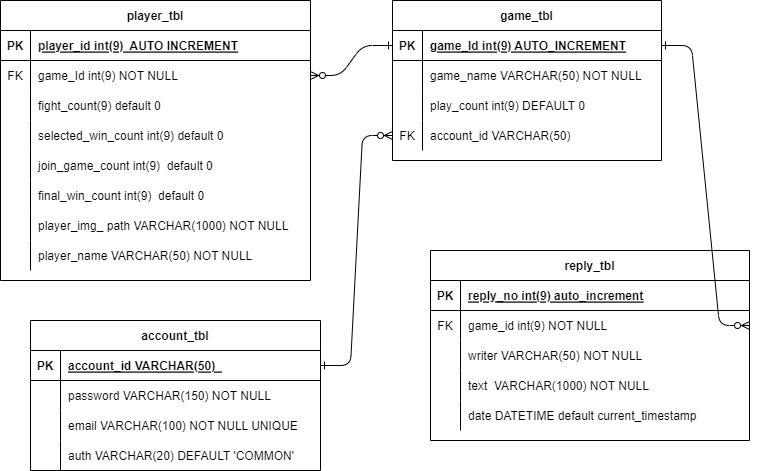
Before: diagram/erd.png, a diagram exported from draw.io (java-4th-team-project-2023/world-cup). Source tidied: cells renumbered, new cells last; positions are measured from the earlier drawing's top-left corner, leaving out a move shared by most shapes. Source of this version:
```xml
<mxGraphModel>
  <root>
    <mxCell id="0" />
    <mxCell id="1" parent="0" />
    <mxCell id="2" value="game_tbl" style="shape=table;startSize=30;rowLines=0;fontStyle=1;align=center;" parent="1" vertex="1">
      <mxGeometry x="392" width="269" height="160" as="geometry" />
    </mxCell>
    <mxCell id="3" style="shape=partialRectangle;fillColor=none;points=[[0,0.5],[1,0.5]];portConstraint=eastwest;top=0;left=0;right=0;bottom=1;" parent="2" vertex="1">
      <mxGeometry y="30" width="269" height="30" as="geometry" />
    </mxCell>
    <mxCell id="4" value="PK" style="shape=partialRectangle;overflow=hidden;fillColor=none;top=0;left=0;bottom=0;right=0;fontStyle=1;" parent="3" vertex="1">
      <mxGeometry width="30" height="30" as="geometry" />
    </mxCell>
    <mxCell id="5" value="game_Id int(9) AUTO_INCREMENT" style="shape=partialRectangle;overflow=hidden;fillColor=none;top=0;left=0;bottom=0;right=0;align=left;spacingLeft=6;fontStyle=5;" parent="3" vertex="1">
      <mxGeometry x="30" width="239" height="30" as="geometry" />
    </mxCell>
    <mxCell id="6" style="shape=partialRectangle;fillColor=none;top=0;left=0;right=0;bottom=0;" parent="2" vertex="1">
      <mxGeometry y="60" width="269" height="30" as="geometry" />
    </mxCell>
    <mxCell id="7" style="shape=partialRectangle;overflow=hidden;fillColor=none;top=0;left=0;bottom=0;right=0;" parent="6" vertex="1">
      <mxGeometry width="30" height="30" as="geometry" />
    </mxCell>
    <mxCell id="8" value="game_name VARCHAR(50) NOT NULL" style="shape=partialRectangle;overflow=hidden;fillColor=none;top=0;left=0;bottom=0;right=0;align=left;spacingLeft=6;" parent="6" vertex="1">
      <mxGeometry x="30" width="239" height="30" as="geometry" />
    </mxCell>
    <mxCell id="9" style="shape=partialRectangle;fillColor=none;top=0;left=0;right=0;bottom=0;" parent="2" vertex="1">
      <mxGeometry y="90" width="269" height="30" as="geometry" />
    </mxCell>
    <mxCell id="10" style="shape=partialRectangle;overflow=hidden;fillColor=none;top=0;left=0;bottom=0;right=0;" parent="9" vertex="1">
      <mxGeometry width="30" height="30" as="geometry" />
    </mxCell>
    <mxCell id="11" value="play_count int(9) DEFAULT 0" style="shape=partialRectangle;overflow=hidden;fillColor=none;top=0;left=0;bottom=0;right=0;align=left;spacingLeft=6;" parent="9" vertex="1">
      <mxGeometry x="30" width="239" height="30" as="geometry" />
    </mxCell>
    <mxCell id="12" style="shape=partialRectangle;fillColor=none;points=[[0,0.5],[1,0.5]];portConstraint=eastwest;top=0;left=0;right=0;bottom=0;" parent="2" vertex="1">
      <mxGeometry y="120" width="269" height="30" as="geometry" />
    </mxCell>
    <mxCell id="13" value="FK" style="shape=partialRectangle;overflow=hidden;fillColor=none;top=0;left=0;bottom=0;right=0;" parent="12" vertex="1">
      <mxGeometry width="30" height="30" as="geometry" />
    </mxCell>
    <mxCell id="14" value="account_id VARCHAR(50)" style="shape=partialRectangle;overflow=hidden;fillColor=none;top=0;left=0;bottom=0;right=0;align=left;spacingLeft=6;" parent="12" vertex="1">
      <mxGeometry x="30" width="239" height="30" as="geometry" />
    </mxCell>
    <mxCell id="15" value="reply_tbl" style="shape=table;startSize=30;rowLines=0;fontStyle=1;align=center;" parent="1" vertex="1">
      <mxGeometry x="430" y="250" width="319" height="190" as="geometry" />
    </mxCell>
    <mxCell id="16" style="shape=partialRectangle;fillColor=none;top=0;left=0;right=0;bottom=1;" parent="15" vertex="1">
      <mxGeometry y="30" width="319" height="30" as="geometry" />
    </mxCell>
    <mxCell id="17" value="PK" style="shape=partialRectangle;overflow=hidden;fillColor=none;top=0;left=0;bottom=0;right=0;fontStyle=1;" parent="16" vertex="1">
      <mxGeometry width="30" height="30" as="geometry" />
    </mxCell>
    <mxCell id="18" value="reply_no int(9) auto_increment" style="shape=partialRectangle;overflow=hidden;fillColor=none;top=0;left=0;bottom=0;right=0;align=left;spacingLeft=6;fontStyle=5;" parent="16" vertex="1">
      <mxGeometry x="30" width="289" height="30" as="geometry" />
    </mxCell>
    <mxCell id="19" style="shape=partialRectangle;fillColor=none;points=[[0,0.5],[1,0.5]];portConstraint=eastwest;top=0;left=0;right=0;bottom=0;" parent="15" vertex="1">
      <mxGeometry y="60" width="319" height="30" as="geometry" />
    </mxCell>
    <mxCell id="20" value="FK" style="shape=partialRectangle;overflow=hidden;fillColor=none;top=0;left=0;bottom=0;right=0;" parent="19" vertex="1">
      <mxGeometry width="30" height="30" as="geometry" />
    </mxCell>
    <mxCell id="21" value="game_id int(9) NOT NULL" style="shape=partialRectangle;overflow=hidden;fillColor=none;top=0;left=0;bottom=0;right=0;align=left;spacingLeft=6;" parent="19" vertex="1">
      <mxGeometry x="30" width="289" height="30" as="geometry" />
    </mxCell>
    <mxCell id="22" style="shape=partialRectangle;fillColor=none;top=0;left=0;right=0;bottom=0;" parent="15" vertex="1">
      <mxGeometry y="90" width="319" height="30" as="geometry" />
    </mxCell>
    <mxCell id="23" style="shape=partialRectangle;overflow=hidden;fillColor=none;top=0;left=0;bottom=0;right=0;" parent="22" vertex="1">
      <mxGeometry width="30" height="30" as="geometry" />
    </mxCell>
    <mxCell id="24" value="writer VARCHAR(50) NOT NULL" style="shape=partialRectangle;overflow=hidden;fillColor=none;top=0;left=0;bottom=0;right=0;align=left;spacingLeft=6;" parent="22" vertex="1">
      <mxGeometry x="30" width="289" height="30" as="geometry" />
    </mxCell>
    <mxCell id="25" style="shape=partialRectangle;fillColor=none;top=0;left=0;right=0;bottom=0;" parent="15" vertex="1">
      <mxGeometry y="120" width="319" height="30" as="geometry" />
    </mxCell>
    <mxCell id="26" style="shape=partialRectangle;overflow=hidden;fillColor=none;top=0;left=0;bottom=0;right=0;" parent="25" vertex="1">
      <mxGeometry width="30" height="30" as="geometry" />
    </mxCell>
    <mxCell id="27" value="text  VARCHAR(1000) NOT NULL" style="shape=partialRectangle;overflow=hidden;fillColor=none;top=0;left=0;bottom=0;right=0;align=left;spacingLeft=6;" parent="25" vertex="1">
      <mxGeometry x="30" width="289" height="30" as="geometry" />
    </mxCell>
    <mxCell id="28" style="shape=partialRectangle;fillColor=none;top=0;left=0;right=0;bottom=0;" parent="15" vertex="1">
      <mxGeometry y="150" width="319" height="30" as="geometry" />
    </mxCell>
    <mxCell id="29" style="shape=partialRectangle;overflow=hidden;fillColor=none;top=0;left=0;bottom=0;right=0;" parent="28" vertex="1">
      <mxGeometry width="30" height="30" as="geometry" />
    </mxCell>
    <mxCell id="30" value="date DATETIME default current_timestamp" style="shape=partialRectangle;overflow=hidden;fillColor=none;top=0;left=0;bottom=0;right=0;align=left;spacingLeft=6;" parent="28" vertex="1">
      <mxGeometry x="30" width="289" height="30" as="geometry" />
    </mxCell>
    <mxCell id="31" value="player_tbl" style="shape=table;startSize=30;rowLines=0;fontStyle=1;align=center;" parent="1" vertex="1">
      <mxGeometry width="310" height="280" as="geometry" />
    </mxCell>
    <mxCell id="32" style="shape=partialRectangle;fillColor=none;top=0;left=0;right=0;bottom=1;" parent="31" vertex="1">
      <mxGeometry y="30" width="310" height="30" as="geometry" />
    </mxCell>
    <mxCell id="33" value="PK" style="shape=partialRectangle;overflow=hidden;fillColor=none;top=0;left=0;bottom=0;right=0;fontStyle=1;" parent="32" vertex="1">
      <mxGeometry width="30" height="30" as="geometry" />
    </mxCell>
    <mxCell id="34" value="player_id int(9)  AUTO INCREMENT" style="shape=partialRectangle;overflow=hidden;fillColor=none;top=0;left=0;bottom=0;right=0;align=left;spacingLeft=6;fontStyle=5;" parent="32" vertex="1">
      <mxGeometry x="30" width="280" height="30" as="geometry" />
    </mxCell>
    <mxCell id="35" style="shape=partialRectangle;fillColor=none;points=[[0,0.5],[1,0.5]];portConstraint=eastwest;top=0;left=0;right=0;bottom=0;" parent="31" vertex="1">
      <mxGeometry y="60" width="310" height="30" as="geometry" />
    </mxCell>
    <mxCell id="36" value="FK" style="shape=partialRectangle;overflow=hidden;fillColor=none;top=0;left=0;bottom=0;right=0;" parent="35" vertex="1">
      <mxGeometry width="30" height="30" as="geometry" />
    </mxCell>
    <mxCell id="37" value="game_Id int(9) NOT NULL" style="shape=partialRectangle;overflow=hidden;fillColor=none;top=0;left=0;bottom=0;right=0;align=left;spacingLeft=6;" parent="35" vertex="1">
      <mxGeometry x="30" width="280" height="30" as="geometry" />
    </mxCell>
    <mxCell id="38" style="shape=partialRectangle;fillColor=none;top=0;left=0;right=0;bottom=0;" parent="31" vertex="1">
      <mxGeometry y="90" width="310" height="30" as="geometry" />
    </mxCell>
    <mxCell id="39" style="shape=partialRectangle;overflow=hidden;fillColor=none;top=0;left=0;bottom=0;right=0;" parent="38" vertex="1">
      <mxGeometry width="30" height="30" as="geometry" />
    </mxCell>
    <mxCell id="40" value="fight_count(9) default 0" style="shape=partialRectangle;overflow=hidden;fillColor=none;top=0;left=0;bottom=0;right=0;align=left;spacingLeft=6;" parent="38" vertex="1">
      <mxGeometry x="30" width="280" height="30" as="geometry" />
    </mxCell>
    <mxCell id="41" style="shape=partialRectangle;fillColor=none;top=0;left=0;right=0;bottom=0;" parent="31" vertex="1">
      <mxGeometry y="120" width="310" height="30" as="geometry" />
    </mxCell>
    <mxCell id="42" style="shape=partialRectangle;overflow=hidden;fillColor=none;top=0;left=0;bottom=0;right=0;" parent="41" vertex="1">
      <mxGeometry width="30" height="30" as="geometry" />
    </mxCell>
    <mxCell id="43" value="selected_win_count int(9) default 0" style="shape=partialRectangle;overflow=hidden;fillColor=none;top=0;left=0;bottom=0;right=0;align=left;spacingLeft=6;" parent="41" vertex="1">
      <mxGeometry x="30" width="280" height="30" as="geometry" />
    </mxCell>
    <mxCell id="44" style="shape=partialRectangle;fillColor=none;top=0;left=0;right=0;bottom=0;" parent="31" vertex="1">
      <mxGeometry y="150" width="310" height="30" as="geometry" />
    </mxCell>
    <mxCell id="45" style="shape=partialRectangle;overflow=hidden;fillColor=none;top=0;left=0;bottom=0;right=0;" parent="44" vertex="1">
      <mxGeometry width="30" height="30" as="geometry" />
    </mxCell>
    <mxCell id="46" value="join_game_count int(9)  default 0" style="shape=partialRectangle;overflow=hidden;fillColor=none;top=0;left=0;bottom=0;right=0;align=left;spacingLeft=6;" parent="44" vertex="1">
      <mxGeometry x="30" width="280" height="30" as="geometry" />
    </mxCell>
    <mxCell id="47" style="shape=partialRectangle;fillColor=none;top=0;left=0;right=0;bottom=0;" parent="31" vertex="1">
      <mxGeometry y="180" width="310" height="30" as="geometry" />
    </mxCell>
    <mxCell id="48" style="shape=partialRectangle;overflow=hidden;fillColor=none;top=0;left=0;bottom=0;right=0;" parent="47" vertex="1">
      <mxGeometry width="30" height="30" as="geometry" />
    </mxCell>
    <mxCell id="49" value="final_win_count int(9)  default 0" style="shape=partialRectangle;overflow=hidden;fillColor=none;top=0;left=0;bottom=0;right=0;align=left;spacingLeft=6;" parent="47" vertex="1">
      <mxGeometry x="30" width="280" height="30" as="geometry" />
    </mxCell>
    <mxCell id="50" style="shape=partialRectangle;fillColor=none;top=0;left=0;right=0;bottom=0;" parent="31" vertex="1">
      <mxGeometry y="210" width="310" height="30" as="geometry" />
    </mxCell>
    <mxCell id="51" style="shape=partialRectangle;overflow=hidden;fillColor=none;top=0;left=0;bottom=0;right=0;" parent="50" vertex="1">
      <mxGeometry width="30" height="30" as="geometry" />
    </mxCell>
    <mxCell id="52" value="player_img_ path VARCHAR(1000) NOT NULL" style="shape=partialRectangle;overflow=hidden;fillColor=none;top=0;left=0;bottom=0;right=0;align=left;spacingLeft=6;" parent="50" vertex="1">
      <mxGeometry x="30" width="280" height="30" as="geometry" />
    </mxCell>
    <mxCell id="53" style="shape=partialRectangle;fillColor=none;top=0;left=0;right=0;bottom=0;" parent="31" vertex="1">
      <mxGeometry y="240" width="310" height="30" as="geometry" />
    </mxCell>
    <mxCell id="54" style="shape=partialRectangle;overflow=hidden;fillColor=none;top=0;left=0;bottom=0;right=0;" parent="53" vertex="1">
      <mxGeometry width="30" height="30" as="geometry" />
    </mxCell>
    <mxCell id="55" value="player_name VARCHAR(50) NOT NULL" style="shape=partialRectangle;overflow=hidden;fillColor=none;top=0;left=0;bottom=0;right=0;align=left;spacingLeft=6;" parent="53" vertex="1">
      <mxGeometry x="30" width="280" height="30" as="geometry" />
    </mxCell>
    <mxCell id="56" value="account_tbl" style="shape=table;startSize=30;rowLines=0;fontStyle=1;align=center;" parent="1" vertex="1">
      <mxGeometry x="30" y="320" width="290" height="150" as="geometry" />
    </mxCell>
    <mxCell id="57" style="shape=partialRectangle;fillColor=none;points=[[0,0.5],[1,0.5]];portConstraint=eastwest;top=0;left=0;right=0;bottom=1;" parent="56" vertex="1">
      <mxGeometry y="30" width="290" height="30" as="geometry" />
    </mxCell>
    <mxCell id="58" value="PK" style="shape=partialRectangle;overflow=hidden;fillColor=none;top=0;left=0;bottom=0;right=0;fontStyle=1;" parent="57" vertex="1">
      <mxGeometry width="30" height="30" as="geometry" />
    </mxCell>
    <mxCell id="59" value="account_id VARCHAR(50)  " style="shape=partialRectangle;overflow=hidden;fillColor=none;top=0;left=0;bottom=0;right=0;align=left;spacingLeft=6;fontStyle=5;" parent="57" vertex="1">
      <mxGeometry x="30" width="260" height="30" as="geometry" />
    </mxCell>
    <mxCell id="60" style="shape=partialRectangle;fillColor=none;top=0;left=0;right=0;bottom=0;" parent="56" vertex="1">
      <mxGeometry y="60" width="290" height="30" as="geometry" />
    </mxCell>
    <mxCell id="61" style="shape=partialRectangle;overflow=hidden;fillColor=none;top=0;left=0;bottom=0;right=0;" parent="60" vertex="1">
      <mxGeometry width="30" height="30" as="geometry" />
    </mxCell>
    <mxCell id="62" value="password VARCHAR(150) NOT NULL" style="shape=partialRectangle;overflow=hidden;fillColor=none;top=0;left=0;bottom=0;right=0;align=left;spacingLeft=6;" parent="60" vertex="1">
      <mxGeometry x="30" width="260" height="30" as="geometry" />
    </mxCell>
    <mxCell id="63" style="shape=partialRectangle;fillColor=none;top=0;left=0;right=0;bottom=0;" parent="56" vertex="1">
      <mxGeometry y="90" width="290" height="30" as="geometry" />
    </mxCell>
    <mxCell id="64" style="shape=partialRectangle;overflow=hidden;fillColor=none;top=0;left=0;bottom=0;right=0;" parent="63" vertex="1">
      <mxGeometry width="30" height="30" as="geometry" />
    </mxCell>
    <mxCell id="65" value="email VARCHAR(100) NOT NULL UNIQUE" style="shape=partialRectangle;overflow=hidden;fillColor=none;top=0;left=0;bottom=0;right=0;align=left;spacingLeft=6;" parent="63" vertex="1">
      <mxGeometry x="30" width="260" height="30" as="geometry" />
    </mxCell>
    <mxCell id="66" style="shape=partialRectangle;fillColor=none;top=0;left=0;right=0;bottom=0;" parent="56" vertex="1">
      <mxGeometry y="120" width="290" height="30" as="geometry" />
    </mxCell>
    <mxCell id="67" style="shape=partialRectangle;overflow=hidden;fillColor=none;top=0;left=0;bottom=0;right=0;" parent="66" vertex="1">
      <mxGeometry width="30" height="30" as="geometry" />
    </mxCell>
    <mxCell id="68" value="auth VARCHAR(20) DEFAULT 'COMMON'" style="shape=partialRectangle;overflow=hidden;fillColor=none;top=0;left=0;bottom=0;right=0;align=left;spacingLeft=6;" parent="66" vertex="1">
      <mxGeometry x="30" width="260" height="30" as="geometry" />
    </mxCell>
    <mxCell id="69" style="edgeStyle=entityRelationEdgeStyle;endArrow=ERzeroToMany;startArrow=ERone;endFill=1;startFill=0;entryX=1;entryY=0.5;entryDx=0;entryDy=0;exitX=0;exitY=0.5;exitDx=0;exitDy=0;" parent="1" edge="1" source="3" target="35">
      <mxGeometry relative="1" as="geometry" />
    </mxCell>
    <mxCell id="70" style="edgeStyle=entityRelationEdgeStyle;endArrow=ERzeroToMany;startArrow=ERone;endFill=1;startFill=0;exitX=1;exitY=0.5;exitDx=0;exitDy=0;entryX=0;entryY=0.5;entryDx=0;entryDy=0;" parent="1" edge="1" source="57" target="12">
      <mxGeometry relative="1" as="geometry" />
    </mxCell>
    <mxCell id="71" style="edgeStyle=entityRelationEdgeStyle;endArrow=ERzeroToMany;startArrow=ERone;endFill=1;startFill=0;exitX=1;exitY=0.5;exitDx=0;exitDy=0;entryX=1;entryY=0.5;entryDx=0;entryDy=0;" parent="1" edge="1" source="3" target="19">
      <mxGeometry relative="1" as="geometry" />
    </mxCell>
  </root>
</mxGraphModel>
```
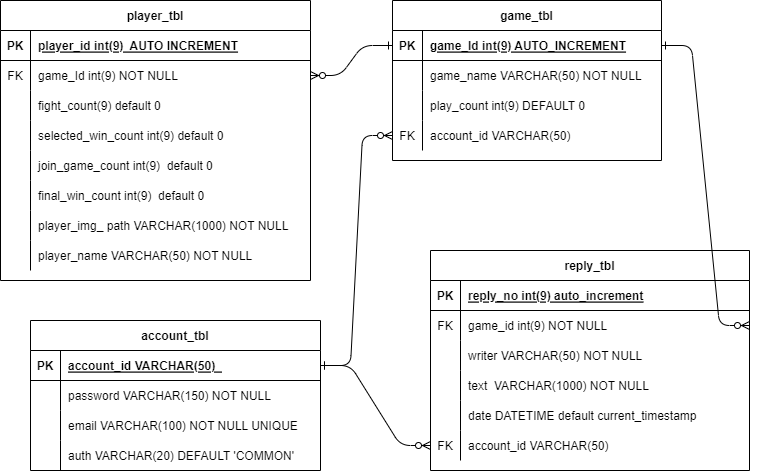
After the change.

Commit message:
DB용 ip 주소 변경 및 erd 수정

What changed in the source:
```diff
@@ -42,7 +42,7 @@
       <mxGeometry x="30" width="239" height="30" as="geometry" />
     </mxCell>
     <mxCell id="15" value="reply_tbl" style="shape=table;startSize=30;rowLines=0;fontStyle=1;align=center;" parent="1" vertex="1">
-      <mxGeometry x="430" y="250" width="319" height="190" as="geometry" />
+      <mxGeometry x="430" y="250" width="319" height="220" as="geometry" />
     </mxCell>
     <mxCell id="16" style="shape=partialRectangle;fillColor=none;top=0;left=0;right=0;bottom=1;" parent="15" vertex="1">
       <mxGeometry y="30" width="319" height="30" as="geometry" />
@@ -89,6 +89,15 @@
     <mxCell id="30" value="date DATETIME default current_timestamp" style="shape=partialRectangle;overflow=hidden;fillColor=none;top=0;left=0;bottom=0;right=0;align=left;spacingLeft=6;" parent="28" vertex="1">
       <mxGeometry x="30" width="289" height="30" as="geometry" />
     </mxCell>
+    <mxCell id="72" style="shape=partialRectangle;fillColor=none;points=[[0,0.5],[1,0.5]];portConstraint=eastwest;top=0;left=0;right=0;bottom=0;" parent="15" vertex="1">
+      <mxGeometry y="180" width="319" height="30" as="geometry" />
+    </mxCell>
+    <mxCell id="73" value="FK" style="shape=partialRectangle;overflow=hidden;fillColor=none;top=0;left=0;bottom=0;right=0;" parent="72" vertex="1">
+      <mxGeometry width="30" height="30" as="geometry" />
+    </mxCell>
+    <mxCell id="74" value="account_id VARCHAR(50)" style="shape=partialRectangle;overflow=hidden;fillColor=none;top=0;left=0;bottom=0;right=0;align=left;spacingLeft=6;" parent="72" vertex="1">
+      <mxGeometry x="30" width="289" height="30" as="geometry" />
+    </mxCell>
     <mxCell id="31" value="player_tbl" style="shape=table;startSize=30;rowLines=0;fontStyle=1;align=center;" parent="1" vertex="1">
       <mxGeometry width="310" height="280" as="geometry" />
     </mxCell>
@@ -212,5 +221,8 @@
     <mxCell id="71" style="edgeStyle=entityRelationEdgeStyle;endArrow=ERzeroToMany;startArrow=ERone;endFill=1;startFill=0;exitX=1;exitY=0.5;exitDx=0;exitDy=0;entryX=1;entryY=0.5;entryDx=0;entryDy=0;" parent="1" edge="1" source="3" target="19">
       <mxGeometry relative="1" as="geometry" />
     </mxCell>
+    <mxCell id="75" style="edgeStyle=entityRelationEdgeStyle;endArrow=ERzeroToMany;startArrow=ERone;endFill=1;startFill=0;exitX=1;exitY=0.5;exitDx=0;exitDy=0;entryX=0;entryY=0.5;entryDx=0;entryDy=0;" parent="1" edge="1" source="57" target="72">
+      <mxGeometry relative="1" as="geometry" />
+    </mxCell>
   </root>
 </mxGraphModel>
```
